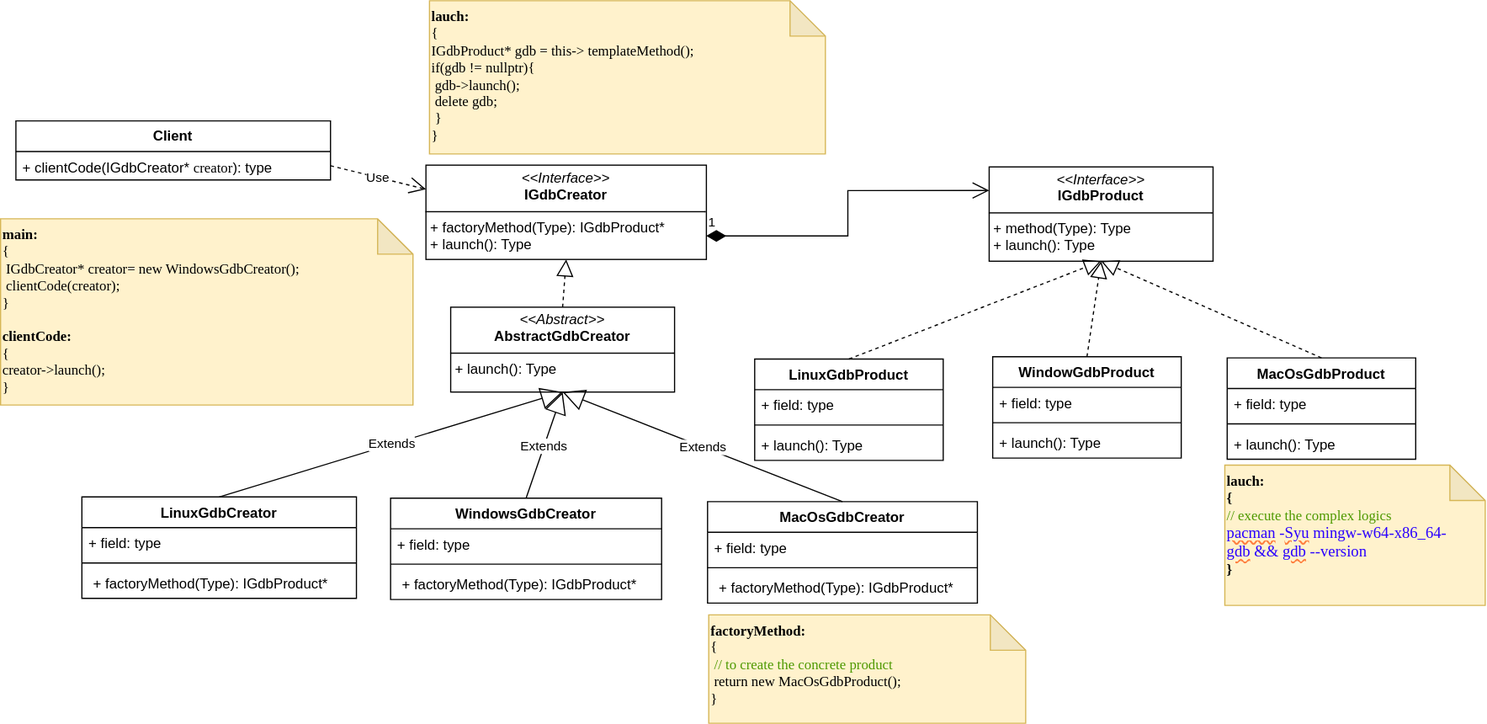
The draw.io diagram docs/uml/patterns_creational_factorymethod.drawio.svg in urbytes21/cpp-lab, before a commit. Source tidied: cells renumbered, new cells last; positions are measured from the earlier drawing's top-left corner, leaving out a move shared by most shapes.
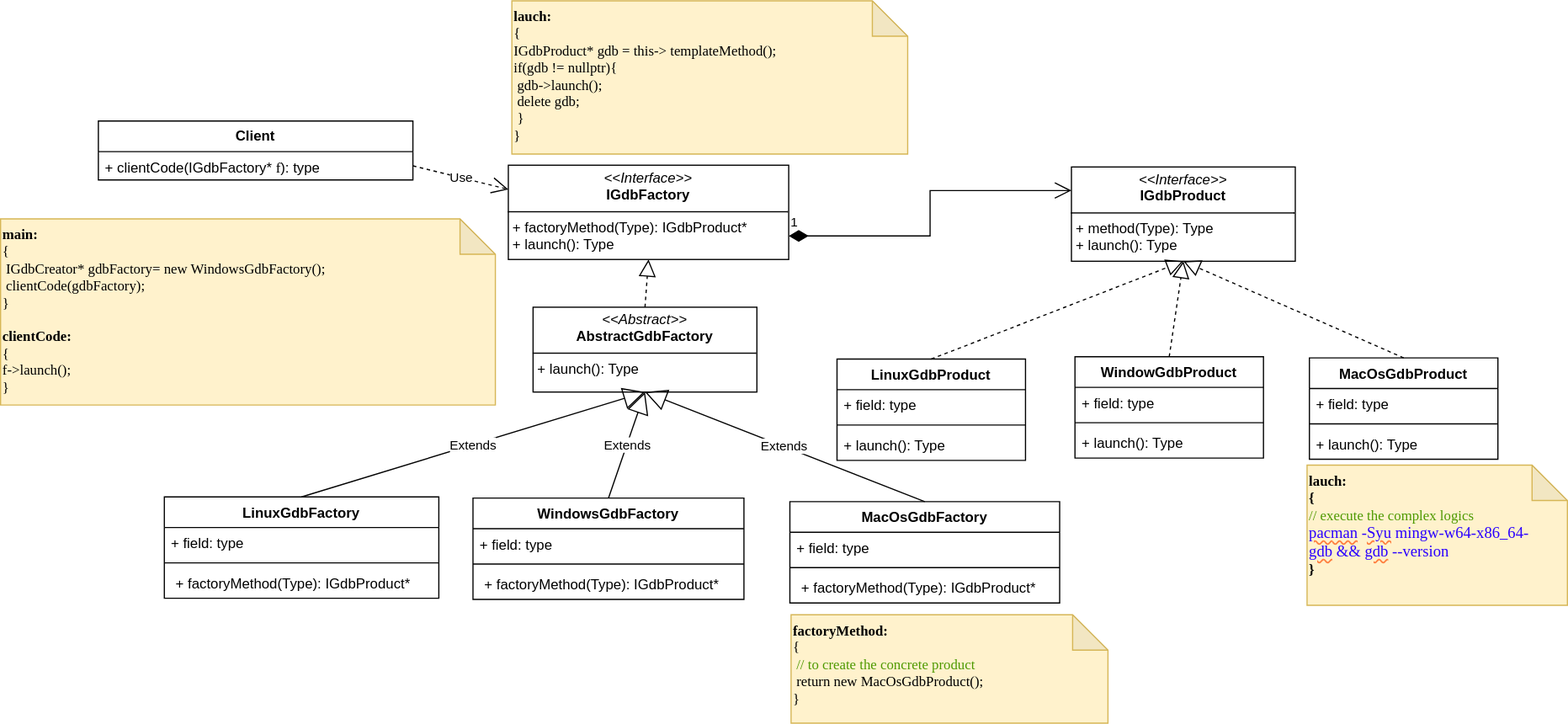
After the commit.

Commit message:
Add the AbstractFactoryPattern / also make changes in the FactoryMethod

What changed in the source:
```diff
@@ -5,11 +5,11 @@
     <mxCell id="2" value="&lt;b&gt;Client&lt;/b&gt;" style="swimlane;fontStyle=0;horizontal=1;startSize=26;fillColor=none;whiteSpace=wrap;html=1;" parent="1" vertex="1">
       <mxGeometry x="13" y="102" width="267" height="50" as="geometry" />
     </mxCell>
-    <mxCell id="3" value="+ clientCode(IGdbCreator*&amp;nbsp;&lt;span style=&quot;font-family: &amp;quot;Lucida Console&amp;quot;; caret-color: rgba(0, 0, 0, 0);&quot;&gt;creator&lt;/span&gt;): type" style="text;strokeColor=none;fillColor=none;align=left;verticalAlign=top;spacingLeft=4;spacingRight=4;overflow=hidden;points=[[0,0.5],[1,0.5]];portConstraint=eastwest;whiteSpace=wrap;html=1;" parent="2" vertex="1">
+    <mxCell id="3" value="+ clientCode(IGdbFactory*&amp;nbsp;&lt;span style=&quot;font-family: &amp;quot;Lucida Console&amp;quot;; caret-color: rgba(0, 0, 0, 0);&quot;&gt;f&lt;/span&gt;): type" style="text;strokeColor=none;fillColor=none;align=left;verticalAlign=top;spacingLeft=4;spacingRight=4;overflow=hidden;points=[[0,0.5],[1,0.5]];portConstraint=eastwest;whiteSpace=wrap;html=1;" parent="2" vertex="1">
       <mxGeometry y="26" width="267" height="24" as="geometry" />
     </mxCell>
-    <mxCell id="4" value="&lt;div&gt;&lt;b&gt;main:&lt;br&gt;&lt;/b&gt;{&lt;/div&gt;&lt;div&gt;&amp;nbsp;IGdbCreator* creator= new WindowsGdbCreator();&lt;/div&gt;&lt;div&gt;&amp;nbsp;clientCode(&lt;span style=&quot;caret-color: rgba(0, 0, 0, 0);&quot;&gt;creator&lt;/span&gt;);&lt;/div&gt;&lt;div&gt;}&lt;/div&gt;&lt;div&gt;&lt;span style=&quot;background-color: transparent; color: light-dark(rgb(0, 0, 0), rgb(255, 255, 255));&quot;&gt;&lt;br&gt;&lt;/span&gt;&lt;/div&gt;&lt;div&gt;&lt;span style=&quot;background-color: transparent; color: light-dark(rgb(0, 0, 0), rgb(255, 255, 255));&quot;&gt;&lt;b&gt;clientCode:&lt;/b&gt;&lt;/span&gt;&lt;/div&gt;&lt;div&gt;&lt;span style=&quot;background-color: transparent; color: light-dark(rgb(0, 0, 0), rgb(255, 255, 255));&quot;&gt;{&lt;/span&gt;&lt;/div&gt;&lt;div&gt;&lt;span style=&quot;caret-color: rgba(0, 0, 0, 0); background-color: transparent; color: light-dark(rgb(0, 0, 0), rgb(255, 255, 255));&quot;&gt;creator&lt;/span&gt;&lt;span style=&quot;background-color: transparent; color: light-dark(rgb(0, 0, 0), rgb(255, 255, 255));&quot;&gt;-&amp;gt;launch();&lt;/span&gt;&lt;/div&gt;&lt;div&gt;&lt;span style=&quot;background-color: transparent; color: light-dark(rgb(0, 0, 0), rgb(255, 255, 255));&quot;&gt;}&lt;/span&gt;&lt;/div&gt;" style="shape=note;whiteSpace=wrap;html=1;backgroundOutline=1;darkOpacity=0.05;align=left;verticalAlign=top;fontFamily=Lucida Console;fillColor=#fff2cc;strokeColor=#d6b656;" parent="1" vertex="1">
-      <mxGeometry y="185" width="350" height="158" as="geometry" />
+    <mxCell id="4" value="&lt;div&gt;&lt;b&gt;main:&lt;br&gt;&lt;/b&gt;{&lt;/div&gt;&lt;div&gt;&amp;nbsp;IGdbCreator* gdbFactory= new WindowsGdbFactory();&lt;/div&gt;&lt;div&gt;&amp;nbsp;clientCode(&lt;span style=&quot;caret-color: rgba(0, 0, 0, 0);&quot;&gt;gdbFactory&lt;/span&gt;);&lt;/div&gt;&lt;div&gt;}&lt;/div&gt;&lt;div&gt;&lt;span style=&quot;background-color: transparent; color: light-dark(rgb(0, 0, 0), rgb(255, 255, 255));&quot;&gt;&lt;br&gt;&lt;/span&gt;&lt;/div&gt;&lt;div&gt;&lt;span style=&quot;background-color: transparent; color: light-dark(rgb(0, 0, 0), rgb(255, 255, 255));&quot;&gt;&lt;b&gt;clientCode:&lt;/b&gt;&lt;/span&gt;&lt;/div&gt;&lt;div&gt;&lt;span style=&quot;background-color: transparent; color: light-dark(rgb(0, 0, 0), rgb(255, 255, 255));&quot;&gt;{&lt;/span&gt;&lt;/div&gt;&lt;div&gt;&lt;span style=&quot;caret-color: rgba(0, 0, 0, 0); background-color: transparent; color: light-dark(rgb(0, 0, 0), rgb(255, 255, 255));&quot;&gt;f&lt;/span&gt;&lt;span style=&quot;background-color: transparent; color: light-dark(rgb(0, 0, 0), rgb(255, 255, 255));&quot;&gt;-&amp;gt;launch();&lt;/span&gt;&lt;/div&gt;&lt;div&gt;&lt;span style=&quot;background-color: transparent; color: light-dark(rgb(0, 0, 0), rgb(255, 255, 255));&quot;&gt;}&lt;/span&gt;&lt;/div&gt;" style="shape=note;whiteSpace=wrap;html=1;backgroundOutline=1;darkOpacity=0.05;align=left;verticalAlign=top;fontFamily=Lucida Console;fillColor=#fff2cc;strokeColor=#d6b656;" parent="1" vertex="1">
+      <mxGeometry x="-70" y="185" width="420" height="158" as="geometry" />
     </mxCell>
     <mxCell id="5" value="&lt;p style=&quot;margin:0px;margin-top:4px;text-align:center;&quot;&gt;&lt;i&gt;&amp;lt;&amp;lt;Interface&amp;gt;&amp;gt;&lt;/i&gt;&lt;br&gt;&lt;b&gt;IGdbProduct&lt;/b&gt;&lt;/p&gt;&lt;hr size=&quot;1&quot; style=&quot;border-style:solid;&quot;&gt;&lt;p style=&quot;margin:0px;margin-left:4px;&quot;&gt;&lt;span style=&quot;background-color: transparent; color: light-dark(rgb(0, 0, 0), rgb(255, 255, 255));&quot;&gt;+ method(Type): Type&lt;/span&gt;&lt;/p&gt;&lt;p style=&quot;margin:0px;margin-left:4px;&quot;&gt;+ launch(): Type&lt;/p&gt;" style="verticalAlign=top;align=left;overflow=fill;html=1;whiteSpace=wrap;" parent="1" vertex="1">
       <mxGeometry x="839" y="141" width="190" height="80" as="geometry" />
@@ -50,13 +50,13 @@
     <mxCell id="17" value="&lt;span style=&quot;caret-color: rgba(0, 0, 0, 0);&quot;&gt;+ launch(): Type&lt;/span&gt;" style="text;strokeColor=none;fillColor=none;align=left;verticalAlign=top;spacingLeft=4;spacingRight=4;overflow=hidden;whiteSpace=wrap;html=1;" parent="14" vertex="1">
       <mxGeometry y="60" width="160" height="26" as="geometry" />
     </mxCell>
-    <mxCell id="18" value="&lt;p style=&quot;margin:0px;margin-top:4px;text-align:center;&quot;&gt;&lt;i&gt;&amp;lt;&amp;lt;Interface&amp;gt;&amp;gt;&lt;/i&gt;&lt;br&gt;&lt;b&gt;IGdbCreator&lt;/b&gt;&lt;/p&gt;&lt;hr size=&quot;1&quot; style=&quot;border-style:solid;&quot;&gt;&lt;p style=&quot;caret-color: rgba(0, 0, 0, 0); margin: 0px 0px 0px 4px;&quot;&gt;&lt;span style=&quot;background-color: transparent; color: light-dark(rgb(0, 0, 0), rgb(255, 255, 255)); caret-color: transparent !important;&quot;&gt;+ factoryMethod(Type): IGdbProduct*&lt;/span&gt;&lt;/p&gt;&lt;p style=&quot;margin:0px;margin-left:4px;&quot;&gt;&lt;span style=&quot;background-color: transparent; color: light-dark(rgb(0, 0, 0), rgb(255, 255, 255));&quot;&gt;+ launch(): Type&lt;/span&gt;&lt;/p&gt;" style="verticalAlign=top;align=left;overflow=fill;html=1;whiteSpace=wrap;" parent="1" vertex="1">
+    <mxCell id="18" value="&lt;p style=&quot;margin:0px;margin-top:4px;text-align:center;&quot;&gt;&lt;i&gt;&amp;lt;&amp;lt;Interface&amp;gt;&amp;gt;&lt;/i&gt;&lt;br&gt;&lt;b&gt;IGdbFactory&lt;/b&gt;&lt;/p&gt;&lt;hr size=&quot;1&quot; style=&quot;border-style:solid;&quot;&gt;&lt;p style=&quot;caret-color: rgba(0, 0, 0, 0); margin: 0px 0px 0px 4px;&quot;&gt;&lt;span style=&quot;background-color: transparent; color: light-dark(rgb(0, 0, 0), rgb(255, 255, 255)); caret-color: transparent !important;&quot;&gt;+ factoryMethod(Type): IGdbProduct*&lt;/span&gt;&lt;/p&gt;&lt;p style=&quot;margin:0px;margin-left:4px;&quot;&gt;&lt;span style=&quot;background-color: transparent; color: light-dark(rgb(0, 0, 0), rgb(255, 255, 255));&quot;&gt;+ launch(): Type&lt;/span&gt;&lt;/p&gt;" style="verticalAlign=top;align=left;overflow=fill;html=1;whiteSpace=wrap;" parent="1" vertex="1">
       <mxGeometry x="361" y="139.5" width="238" height="80" as="geometry" />
     </mxCell>
-    <mxCell id="19" value="&lt;p style=&quot;margin:0px;margin-top:4px;text-align:center;&quot;&gt;&lt;i&gt;&amp;lt;&amp;lt;Abstract&amp;gt;&amp;gt;&lt;/i&gt;&lt;br&gt;&lt;b&gt;AbstractGdbCreator&lt;/b&gt;&lt;/p&gt;&lt;hr size=&quot;1&quot; style=&quot;border-style:solid;&quot;&gt;&lt;p style=&quot;margin:0px;margin-left:4px;&quot;&gt;&lt;span style=&quot;background-color: transparent; color: light-dark(rgb(0, 0, 0), rgb(255, 255, 255));&quot;&gt;+ launch(): Type&lt;/span&gt;&lt;/p&gt;" style="verticalAlign=top;align=left;overflow=fill;html=1;whiteSpace=wrap;" parent="1" vertex="1">
+    <mxCell id="19" value="&lt;p style=&quot;margin:0px;margin-top:4px;text-align:center;&quot;&gt;&lt;i&gt;&amp;lt;&amp;lt;Abstract&amp;gt;&amp;gt;&lt;/i&gt;&lt;br&gt;&lt;b&gt;AbstractGdb&lt;/b&gt;&lt;b style=&quot;background-color: transparent; color: light-dark(rgb(0, 0, 0), rgb(255, 255, 255)); caret-color: rgba(0, 0, 0, 0);&quot;&gt;Factory&lt;/b&gt;&lt;/p&gt;&lt;hr size=&quot;1&quot; style=&quot;border-style:solid;&quot;&gt;&lt;p style=&quot;margin:0px;margin-left:4px;&quot;&gt;&lt;span style=&quot;background-color: transparent; color: light-dark(rgb(0, 0, 0), rgb(255, 255, 255));&quot;&gt;+ launch(): Type&lt;/span&gt;&lt;/p&gt;" style="verticalAlign=top;align=left;overflow=fill;html=1;whiteSpace=wrap;" parent="1" vertex="1">
       <mxGeometry x="382" y="260" width="190" height="72" as="geometry" />
     </mxCell>
-    <mxCell id="20" value="LinuxGdbCreator" style="swimlane;fontStyle=1;align=center;verticalAlign=top;horizontal=1;startSize=26;whiteSpace=wrap;html=1;" parent="1" vertex="1">
+    <mxCell id="20" value="LinuxGdbFactory" style="swimlane;fontStyle=1;align=center;verticalAlign=top;horizontal=1;startSize=26;whiteSpace=wrap;html=1;" parent="1" vertex="1">
       <mxGeometry x="69" y="421" width="233" height="86" as="geometry" />
     </mxCell>
     <mxCell id="21" value="+ field: type" style="text;strokeColor=none;fillColor=none;align=left;verticalAlign=top;spacingLeft=4;spacingRight=4;overflow=hidden;whiteSpace=wrap;html=1;" parent="20" vertex="1">
@@ -68,7 +68,7 @@
     <mxCell id="23" value="&lt;p style=&quot;caret-color: rgba(0, 0, 0, 0); margin: 0px 0px 0px 4px;&quot;&gt;&lt;span style=&quot;background-color: transparent; color: light-dark(rgb(0, 0, 0), rgb(255, 255, 255));&quot;&gt;+ factoryMethod(Type): IGdbProduct*&lt;/span&gt;&lt;/p&gt;&lt;div&gt;&lt;span style=&quot;background-color: transparent; color: light-dark(rgb(0, 0, 0), rgb(255, 255, 255));&quot;&gt;&lt;br&gt;&lt;/span&gt;&lt;/div&gt;" style="text;strokeColor=none;fillColor=none;align=left;verticalAlign=top;spacingLeft=4;spacingRight=4;overflow=hidden;whiteSpace=wrap;html=1;" parent="20" vertex="1">
       <mxGeometry y="60" width="233" height="26" as="geometry" />
     </mxCell>
-    <mxCell id="24" value="WindowsGdbCreator" style="swimlane;fontStyle=1;align=center;verticalAlign=top;horizontal=1;startSize=26;whiteSpace=wrap;html=1;" parent="1" vertex="1">
+    <mxCell id="24" value="WindowsGdb&lt;span style=&quot;caret-color: rgba(0, 0, 0, 0);&quot;&gt;Factory&lt;/span&gt;" style="swimlane;fontStyle=1;align=center;verticalAlign=top;horizontal=1;startSize=26;whiteSpace=wrap;html=1;" parent="1" vertex="1">
       <mxGeometry x="331" y="422" width="230" height="86" as="geometry" />
     </mxCell>
     <mxCell id="25" value="+ field: type" style="text;strokeColor=none;fillColor=none;align=left;verticalAlign=top;spacingLeft=4;spacingRight=4;overflow=hidden;whiteSpace=wrap;html=1;" parent="24" vertex="1">
@@ -80,7 +80,7 @@
     <mxCell id="27" value="&lt;p style=&quot;caret-color: rgba(0, 0, 0, 0); margin: 0px 0px 0px 4px;&quot;&gt;&lt;span style=&quot;background-color: transparent; color: light-dark(rgb(0, 0, 0), rgb(255, 255, 255));&quot;&gt;+ factoryMethod(Type): IGdbProduct*&lt;/span&gt;&lt;/p&gt;&lt;div&gt;&lt;span style=&quot;background-color: transparent; color: light-dark(rgb(0, 0, 0), rgb(255, 255, 255));&quot;&gt;&lt;br&gt;&lt;/span&gt;&lt;/div&gt;" style="text;strokeColor=none;fillColor=none;align=left;verticalAlign=top;spacingLeft=4;spacingRight=4;overflow=hidden;whiteSpace=wrap;html=1;" parent="24" vertex="1">
       <mxGeometry y="60" width="230" height="26" as="geometry" />
     </mxCell>
-    <mxCell id="28" value="MacOsGdbCreator" style="swimlane;fontStyle=1;align=center;verticalAlign=top;horizontal=1;startSize=26;whiteSpace=wrap;html=1;" parent="1" vertex="1">
+    <mxCell id="28" value="MacOsGdb&lt;span style=&quot;caret-color: rgba(0, 0, 0, 0);&quot;&gt;Factory&lt;/span&gt;" style="swimlane;fontStyle=1;align=center;verticalAlign=top;horizontal=1;startSize=26;whiteSpace=wrap;html=1;" parent="1" vertex="1">
       <mxGeometry x="600" y="425" width="229" height="86" as="geometry" />
     </mxCell>
     <mxCell id="29" value="+ field: type" style="text;strokeColor=none;fillColor=none;align=left;verticalAlign=top;spacingLeft=4;spacingRight=4;overflow=hidden;whiteSpace=wrap;html=1;" parent="28" vertex="1">
```
